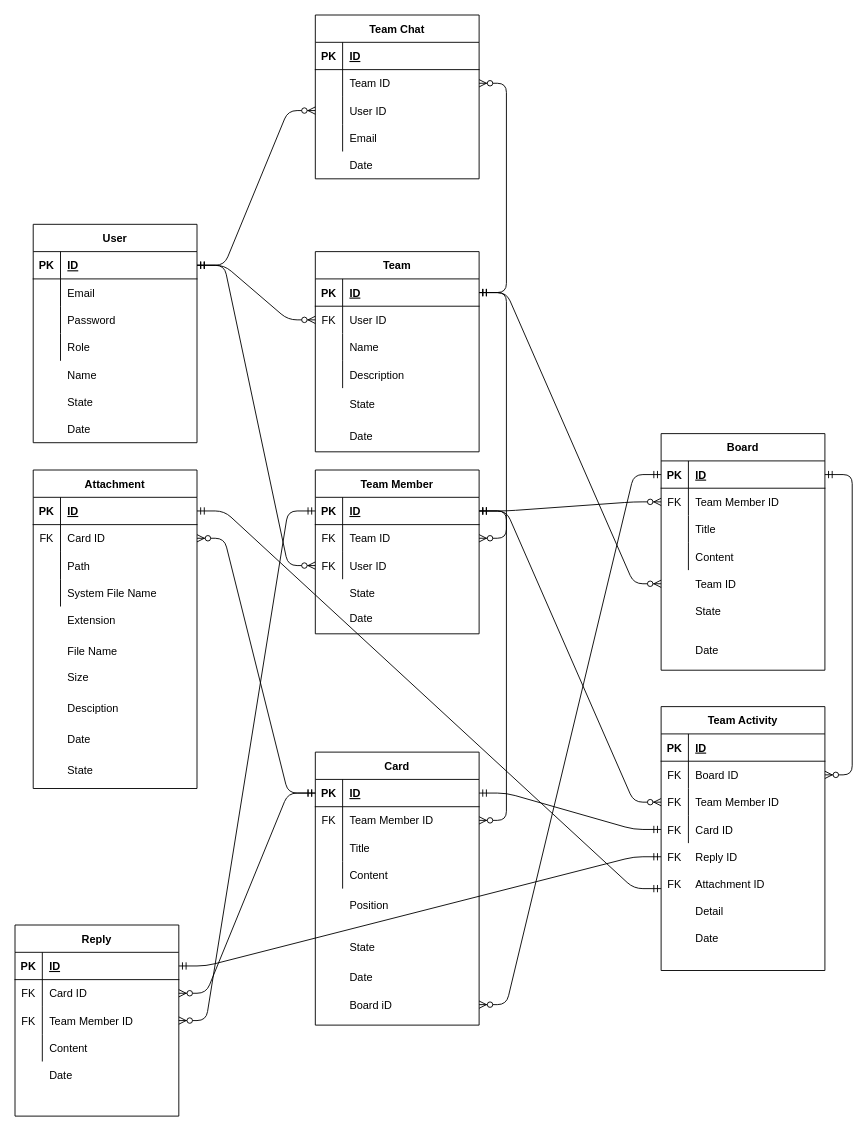
This is plan/Logical Diagram.drawio from donghyeon0725/slack_practice, a draw.io file, before an edit. Source tidied: cells renumbered, new cells numbered last; positions are measured from the earlier drawing's top-left corner, leaving out a move shared by most shapes. Both pictures are drawn from the tidied source at 91%, with x=0, y=0 at pixel (15, 15).
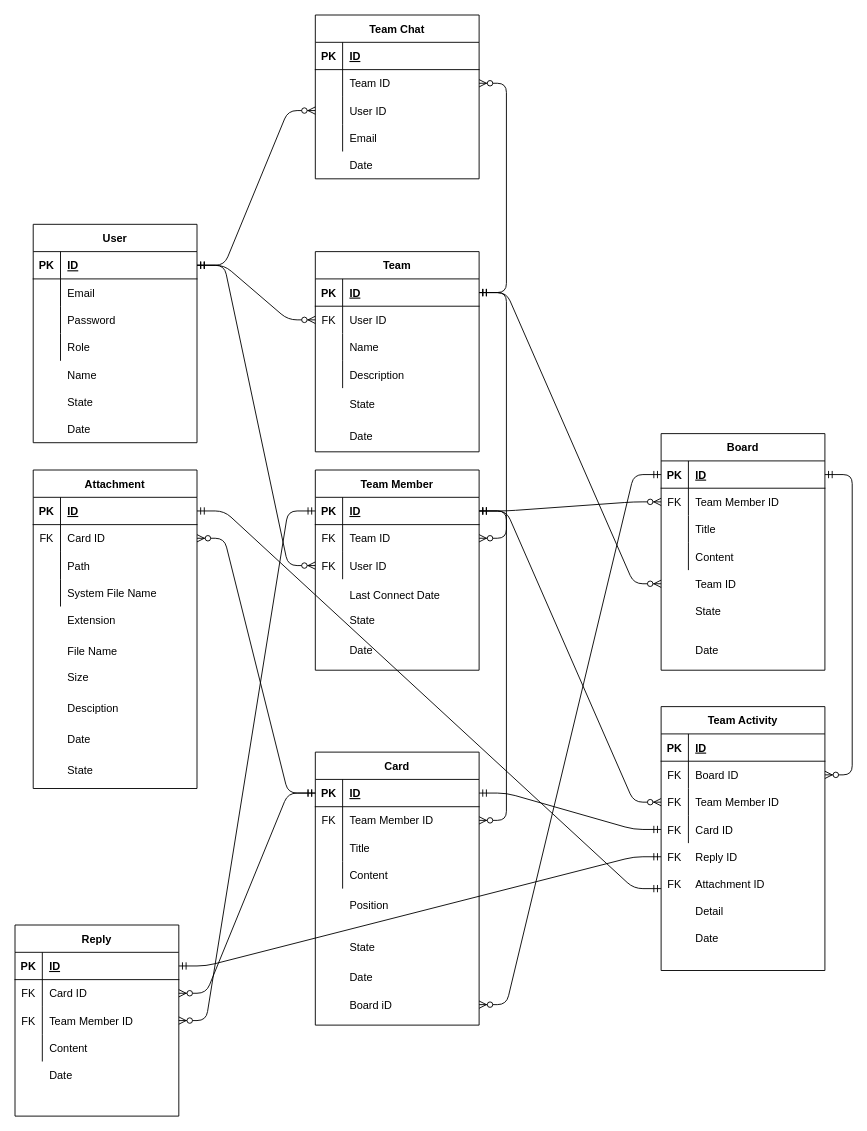
The same page after the edit.

The edit, as a diff of the source:
```diff
@@
     <mxCell id="77" style="group;" parent="1" vertex="1">
-      <mxGeometry x="330" y="500" width="180" height="180" as="geometry" />
+      <mxGeometry x="330" y="500" width="180" height="220" as="geometry" />
     </mxCell>
     <mxCell id="78" style="shape=partialRectangle;fillColor=none;top=0;left=0;bottom=0;right=0;" parent="77" vertex="1">
-      <mxGeometry y="144" width="180" height="36" as="geometry" />
+      <mxGeometry y="176" width="180" height="44" as="geometry" />
     </mxCell>
     <mxCell id="79" style="shape=partialRectangle;fillColor=none;top=0;left=0;bottom=0;right=0;overflow=hidden;" parent="78" vertex="1">
-      <mxGeometry width="30" height="36" as="geometry" />
+      <mxGeometry width="30" height="44" as="geometry" />
     </mxCell>
     <mxCell id="80" value="Date" style="shape=partialRectangle;fillColor=none;top=0;left=0;bottom=0;right=0;align=left;spacingLeft=6;overflow=hidden;" parent="78" vertex="1">
-      <mxGeometry x="30" width="150" height="36" as="geometry" />
+      <mxGeometry x="30" width="150" height="44" as="geometry" />
     </mxCell>
     <mxCell id="81" style="group;" parent="77" vertex="1">
-      <mxGeometry width="180" height="180" as="geometry" />
+      <mxGeometry width="180" height="220" as="geometry" />
     </mxCell>
+    <mxCell id="92" style="shape=partialRectangle;fillColor=none;top=0;left=0;bottom=0;right=0;" parent="81" vertex="1">
+      <mxGeometry y="146.7" width="180" height="36.7" as="geometry" />
+    </mxCell>
+    <mxCell id="93" style="shape=partialRectangle;fillColor=none;top=0;left=0;bottom=0;right=0;overflow=hidden;" parent="92" vertex="1">
+      <mxGeometry width="30" height="36.7" as="geometry" />
+    </mxCell>
+    <mxCell id="94" value="State" style="shape=partialRectangle;fillColor=none;top=0;left=0;bottom=0;right=0;align=left;spacingLeft=6;overflow=hidden;" parent="92" vertex="1">
+      <mxGeometry x="30" width="150" height="36.7" as="geometry" />
+    </mxCell>
+    <mxCell id="241" style="group;" parent="81" vertex="1">
+      <mxGeometry width="180" height="220" as="geometry" />
+    </mxCell>
-    <mxCell id="82" value="Team Member" style="shape=table;startSize=30;childLayout=tableLayout;rowLines=0;fontStyle=1;align=center;" parent="81" vertex="1">
-      <mxGeometry width="180" height="180" as="geometry" />
+    <mxCell id="82" value="Team Member" style="shape=table;startSize=30;childLayout=tableLayout;rowLines=0;fontStyle=1;align=center;" parent="241" vertex="1">
+      <mxGeometry width="180" height="220" as="geometry" />
     </mxCell>
@@
-    <mxCell id="92" style="shape=partialRectangle;fillColor=none;top=0;left=0;bottom=0;right=0;" parent="81" vertex="1">
-      <mxGeometry y="120" width="180" height="30" as="geometry" />
-    </mxCell>
-    <mxCell id="93" style="shape=partialRectangle;fillColor=none;top=0;left=0;bottom=0;right=0;overflow=hidden;" parent="92" vertex="1">
-      <mxGeometry width="30" height="30" as="geometry" />
-    </mxCell>
-    <mxCell id="94" value="State" style="shape=partialRectangle;fillColor=none;top=0;left=0;bottom=0;right=0;align=left;spacingLeft=6;overflow=hidden;" parent="92" vertex="1">
-      <mxGeometry x="30" width="150" height="30" as="geometry" />
-    </mxCell>
+    <mxCell id="242" style="shape=partialRectangle;fillColor=none;top=0;left=0;bottom=0;right=0;" parent="241" vertex="1">
+      <mxGeometry y="120" width="180" height="35" as="geometry" />
+    </mxCell>
+    <mxCell id="243" style="shape=partialRectangle;fillColor=none;top=0;left=0;bottom=0;right=0;overflow=hidden;" parent="242" vertex="1">
+      <mxGeometry width="30" height="35" as="geometry" />
+    </mxCell>
+    <mxCell id="244" value="Last Connect Date" style="shape=partialRectangle;fillColor=none;top=0;left=0;bottom=0;right=0;align=left;spacingLeft=6;overflow=hidden;" parent="242" vertex="1">
+      <mxGeometry x="30" width="150" height="35" as="geometry" />
+    </mxCell>
```
